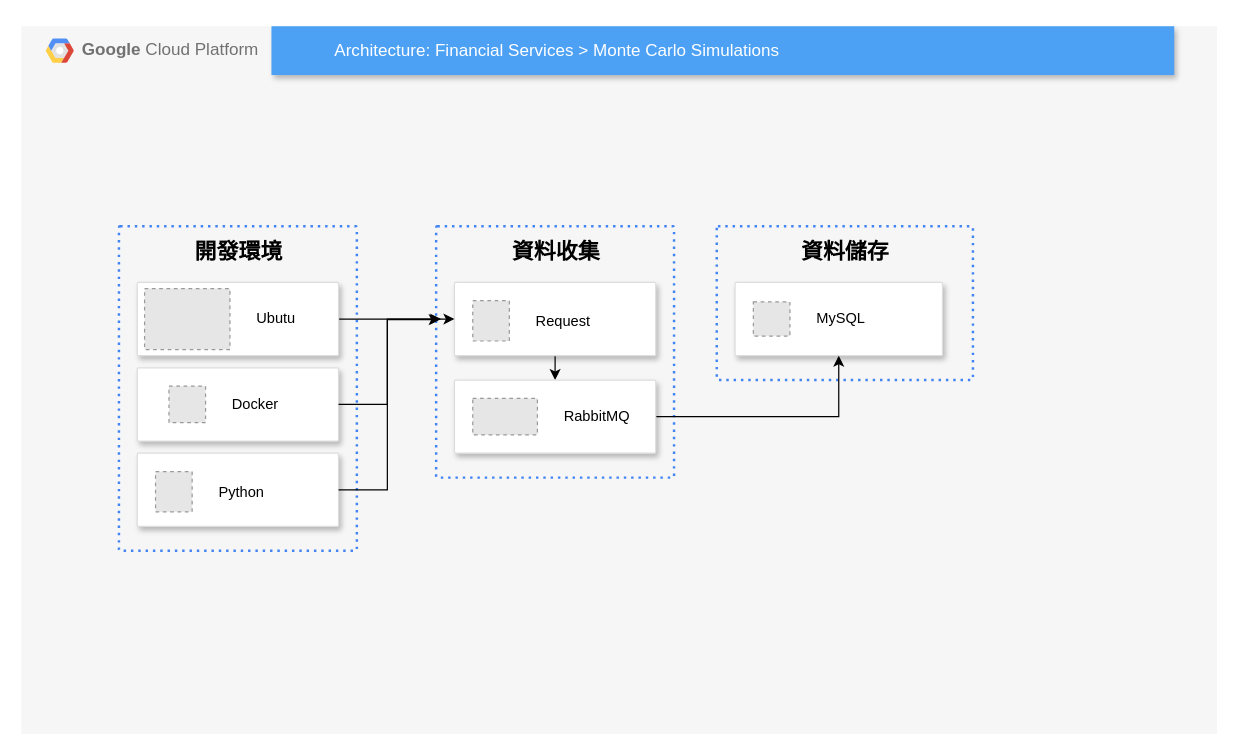
sixvacation/workflows keeps this draw.io diagram as src/crawler/Project_Description/流程圖250620.drawio. Above is the earlier version. Source tidied: cells renumbered, new cells numbered last; positions are measured from the earlier drawing's top-left corner, leaving out a move shared by most shapes. Both pictures are drawn from the tidied source at 122%, with x=0, y=0 at pixel (21, 26). Pictures stored in the file or linked from it are replaced by grey dashed boxes.
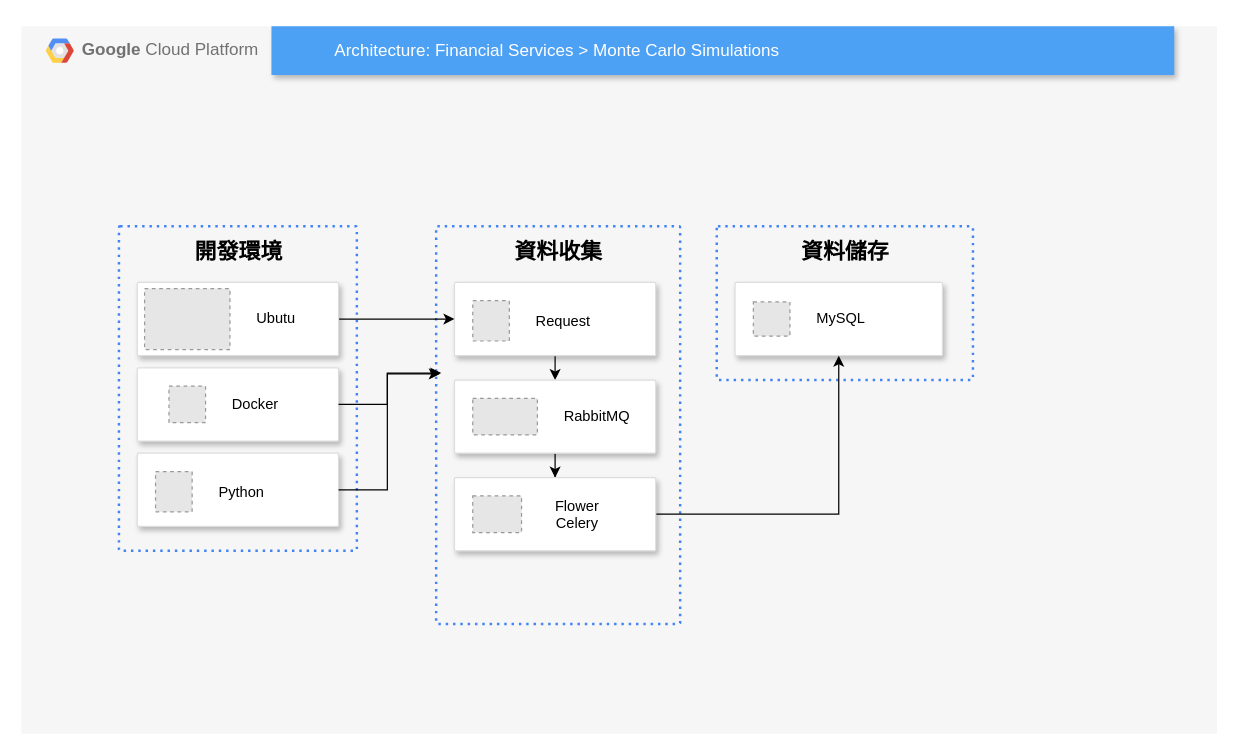
Above is the later version.

The change refers to these unchanged cells:
```xml
<mxCell id="2" value="&lt;b&gt;Google &lt;/b&gt;Cloud Platform" style="fillColor=#F6F6F6;strokeColor=none;shadow=0;gradientColor=none;fontSize=14;align=left;spacing=10;fontColor=#717171;9E9E9E;verticalAlign=top;spacingTop=-4;fontStyle=0;spacingLeft=40;html=1;" parent="1" vertex="1">
  <mxGeometry width="980" height="580" as="geometry" />
</mxCell>
<mxCell id="6" style="strokeColor=#dddddd;shadow=1;strokeWidth=1;rounded=1;absoluteArcSize=1;arcSize=2;" parent="2" vertex="1">
  <mxGeometry x="585" y="210" width="170" height="60" as="geometry" />
</mxCell>
<mxCell id="20" value="&#10;" style="strokeColor=#dddddd;shadow=1;strokeWidth=1;rounded=1;absoluteArcSize=1;arcSize=2;" parent="2" vertex="1">
  <mxGeometry x="355" y="290" width="165" height="60" as="geometry" />
</mxCell>
```

Diff of the diagram source:
```diff
@@
     <mxCell id="4" value="&lt;b&gt;&lt;font style=&quot;font-size: 18px; color: rgb(0, 0, 0);&quot;&gt;資料收集&lt;/font&gt;&lt;/b&gt;" style="rounded=1;absoluteArcSize=1;arcSize=2;html=1;strokeColor=#4284F3;gradientColor=none;shadow=0;dashed=1;fontSize=12;fontColor=#9E9E9E;align=center;verticalAlign=top;spacing=10;spacingTop=-4;fillColor=none;dashPattern=1 2;strokeWidth=2;" parent="2" vertex="1">
-      <mxGeometry x="340" y="164" width="195" height="206" as="geometry" />
+      <mxGeometry x="340" y="164" width="200" height="326" as="geometry" />
     </mxCell>
@@
-    <mxCell id="19" style="edgeStyle=orthogonalEdgeStyle;rounded=0;jettySize=auto;html=1;exitX=1;exitY=0.5;exitDx=0;exitDy=0;" parent="2" edge="1" source="20" target="6">
-      <mxGeometry relative="1" as="geometry" />
-    </mxCell>
+    <mxCell id="25" style="edgeStyle=orthogonalEdgeStyle;rounded=0;jettySize=auto;html=1;" parent="2" edge="1" source="20" target="27">
+      <mxGeometry relative="1" as="geometry" />
+    </mxCell>
@@
+    <mxCell id="26" style="edgeStyle=orthogonalEdgeStyle;rounded=0;jettySize=auto;html=1;" parent="2" edge="1" source="27" target="6">
+      <mxGeometry relative="1" as="geometry" />
+    </mxCell>
+    <mxCell id="27" value="           Flower&#10;           Celery" style="strokeColor=#dddddd;shadow=1;strokeWidth=1;rounded=1;absoluteArcSize=1;arcSize=2;" parent="2" vertex="1">
+      <mxGeometry x="355" y="370" width="165" height="60" as="geometry" />
+    </mxCell>
+    <mxCell id="28" style="fillColor=#E6E6E6;strokeColor=#999999;dashed=1;html=1;fontColor=#999999;verticalLabelPosition=middle;verticalAlign=middle;labelPosition=right;align=left;spacingLeft=20;" parent="27" vertex="1">
+      <mxGeometry width="40" height="30" relative="1" as="geometry">
+        <mxPoint x="15" y="15" as="offset" />
+      </mxGeometry>
+    </mxCell>
```
